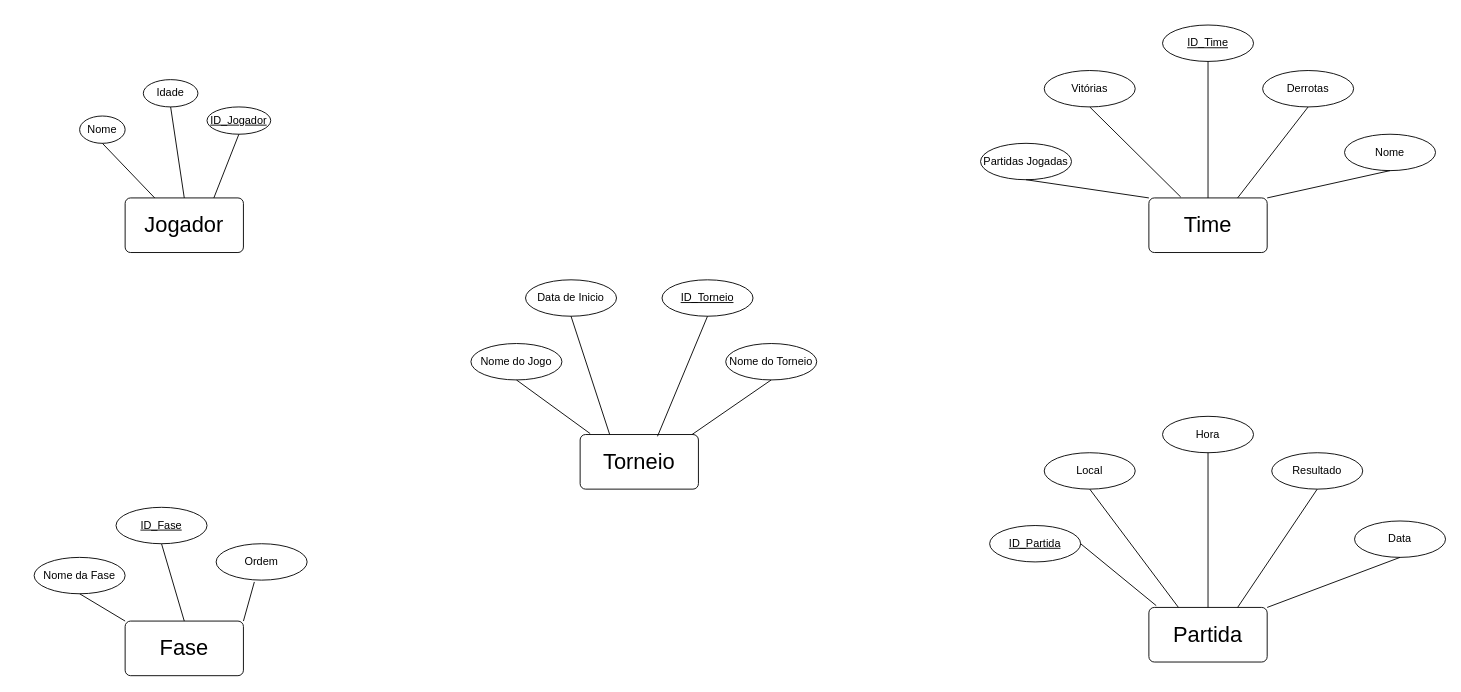
The draw.io diagram Projeto_Esports.drawio in Gabitil/Org-de-competi-es-esport, before the edit. Source tidied: cells renumbered, new cells numbered last; positions are measured from the earlier drawing's top-left corner, leaving out a move shared by most shapes. Both pictures are drawn from the tidied source at 91%, with x=0, y=0 at pixel (34, 25).
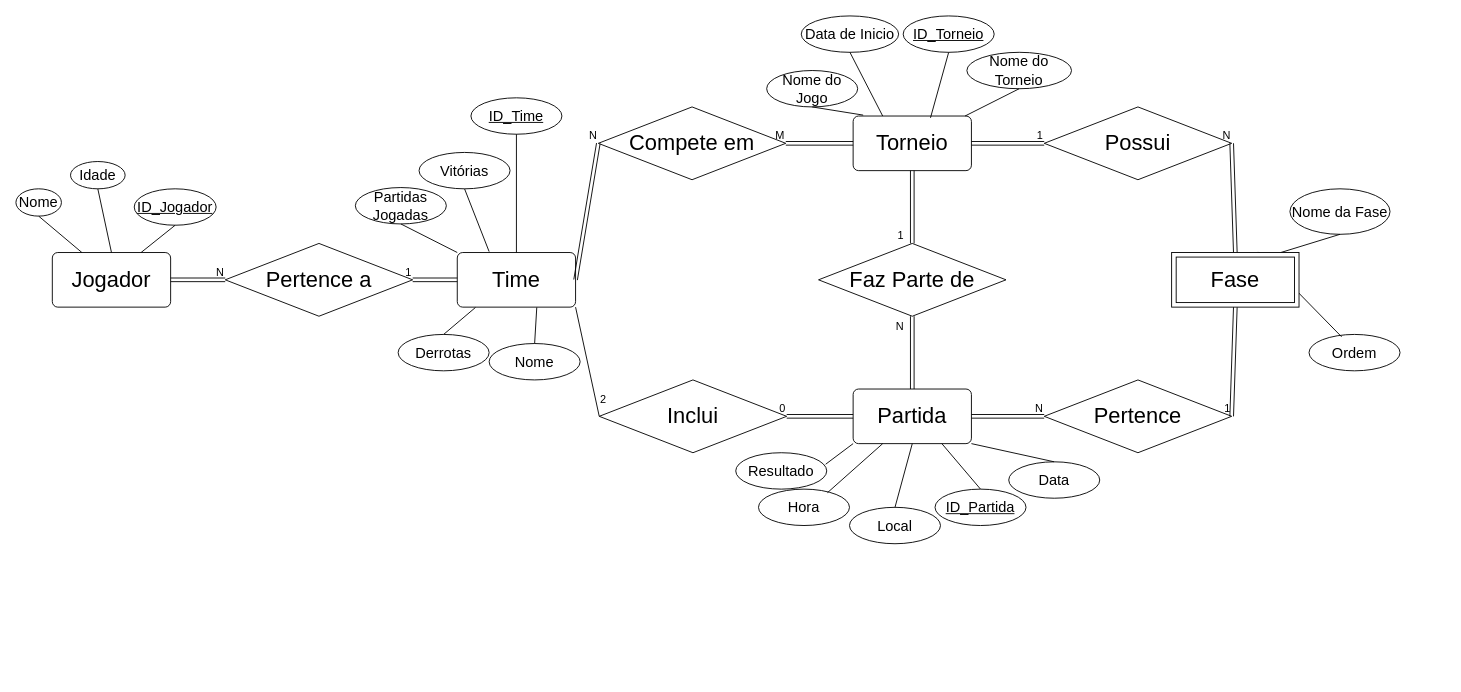
The same page after the edit.

Change to the diagram source:
```diff
@@
     <mxCell id="2" value="&lt;font style=&quot;font-size: 24px;&quot;&gt;Jogador&lt;/font&gt;" style="rounded=1;arcSize=10;whiteSpace=wrap;html=1;align=center;" parent="1" vertex="1">
-      <mxGeometry x="100" y="190" width="130" height="60" as="geometry" />
+      <mxGeometry x="20" y="250" width="130" height="60" as="geometry" />
     </mxCell>
     <mxCell id="3" value="&lt;font style=&quot;font-size: 24px;&quot;&gt;Partida&lt;/font&gt;" style="rounded=1;arcSize=10;whiteSpace=wrap;html=1;align=center;" parent="1" vertex="1">
-      <mxGeometry x="1225" y="640" width="130" height="60" as="geometry" />
+      <mxGeometry x="900" y="400" width="130" height="60" as="geometry" />
     </mxCell>
     <mxCell id="4" value="&lt;font style=&quot;font-size: 24px;&quot;&gt;Torneio&lt;/font&gt;" style="rounded=1;arcSize=10;whiteSpace=wrap;html=1;align=center;" parent="1" vertex="1">
-      <mxGeometry x="600" y="450" width="130" height="60" as="geometry" />
+      <mxGeometry x="900" y="100" width="130" height="60" as="geometry" />
     </mxCell>
     <mxCell id="5" value="&lt;font style=&quot;font-size: 24px;&quot;&gt;Time&lt;/font&gt;" style="rounded=1;arcSize=10;whiteSpace=wrap;html=1;align=center;" parent="1" vertex="1">
-      <mxGeometry x="1225" y="190" width="130" height="60" as="geometry" />
+      <mxGeometry x="465" y="250" width="130" height="60" as="geometry" />
     </mxCell>
-    <mxCell id="6" value="&lt;font style=&quot;font-size: 24px;&quot;&gt;Fase&lt;/font&gt;" style="rounded=1;arcSize=10;whiteSpace=wrap;html=1;align=center;" parent="1" vertex="1">
-      <mxGeometry x="100" y="655" width="130" height="60" as="geometry" />
-    </mxCell>
@@
-    <mxCell id="8" value="Nome" style="ellipse;whiteSpace=wrap;html=1;align=center;" parent="1" vertex="1">
-      <mxGeometry x="50" y="100" width="50" height="30" as="geometry" />
+    <mxCell id="8" value="&lt;font style=&quot;font-size: 16px;&quot;&gt;Nome&lt;/font&gt;" style="ellipse;whiteSpace=wrap;html=1;align=center;" parent="1" vertex="1">
+      <mxGeometry x="-20" y="180" width="50" height="30" as="geometry" />
     </mxCell>
-    <mxCell id="9" value="Idade" style="ellipse;whiteSpace=wrap;html=1;align=center;" parent="1" vertex="1">
-      <mxGeometry x="120" y="60" width="60" height="30" as="geometry" />
+    <mxCell id="9" value="&lt;font style=&quot;font-size: 16px;&quot;&gt;Idade&lt;/font&gt;" style="ellipse;whiteSpace=wrap;html=1;align=center;" parent="1" vertex="1">
+      <mxGeometry x="40" y="150" width="60" height="30" as="geometry" />
     </mxCell>
-    <mxCell id="10" value="ID_Jogador" style="ellipse;whiteSpace=wrap;html=1;align=center;fontStyle=4;" parent="1" vertex="1">
-      <mxGeometry x="190" y="90" width="70" height="30" as="geometry" />
+    <mxCell id="10" value="&lt;font style=&quot;font-size: 16px;&quot;&gt;ID_Jogador&lt;/font&gt;" style="ellipse;whiteSpace=wrap;html=1;align=center;fontStyle=4;" parent="1" vertex="1">
+      <mxGeometry x="110" y="180" width="90" height="40" as="geometry" />
     </mxCell>
@@
-    <mxCell id="14" value="ID_Time" style="ellipse;whiteSpace=wrap;html=1;align=center;fontStyle=4;" parent="1" vertex="1">
-      <mxGeometry x="1240" width="100" height="40" as="geometry" />
+    <mxCell id="14" value="&lt;font style=&quot;font-size: 16px;&quot;&gt;ID_Time&lt;/font&gt;" style="ellipse;whiteSpace=wrap;html=1;align=center;fontStyle=4;" parent="1" vertex="1">
+      <mxGeometry x="480" y="80" width="100" height="40" as="geometry" />
     </mxCell>
-    <mxCell id="15" value="Vitórias" style="ellipse;whiteSpace=wrap;html=1;align=center;" parent="1" vertex="1">
-      <mxGeometry x="1110" y="50" width="100" height="40" as="geometry" />
+    <mxCell id="15" value="&lt;font style=&quot;font-size: 16px;&quot;&gt;Vitórias&lt;/font&gt;" style="ellipse;whiteSpace=wrap;html=1;align=center;" parent="1" vertex="1">
+      <mxGeometry x="423" y="140" width="100" height="40" as="geometry" />
     </mxCell>
-    <mxCell id="16" value="Derrotas" style="ellipse;whiteSpace=wrap;html=1;align=center;" parent="1" vertex="1">
-      <mxGeometry x="1350" y="50" width="100" height="40" as="geometry" />
+    <mxCell id="16" value="&lt;font style=&quot;font-size: 16px;&quot;&gt;Derrotas&lt;/font&gt;" style="ellipse;whiteSpace=wrap;html=1;align=center;" parent="1" vertex="1">
+      <mxGeometry x="400" y="340" width="100" height="40" as="geometry" />
     </mxCell>
-    <mxCell id="17" value="Partidas Jogadas" style="ellipse;whiteSpace=wrap;html=1;align=center;" parent="1" vertex="1">
-      <mxGeometry x="1040" y="130" width="100" height="40" as="geometry" />
+    <mxCell id="17" value="&lt;font style=&quot;font-size: 16px;&quot;&gt;Partidas Jogadas&lt;/font&gt;" style="ellipse;whiteSpace=wrap;html=1;align=center;" parent="1" vertex="1">
+      <mxGeometry x="353" y="178.6" width="100" height="40" as="geometry" />
     </mxCell>
-    <mxCell id="18" value="Nome" style="ellipse;whiteSpace=wrap;html=1;align=center;" parent="1" vertex="1">
-      <mxGeometry x="1440" y="120" width="100" height="40" as="geometry" />
+    <mxCell id="18" value="&lt;font style=&quot;font-size: 16px;&quot;&gt;Nome&lt;/font&gt;" style="ellipse;whiteSpace=wrap;html=1;align=center;" parent="1" vertex="1">
+      <mxGeometry x="500" y="350" width="100" height="40" as="geometry" />
     </mxCell>
-    <mxCell id="19" value="Nome do Jogo" style="ellipse;whiteSpace=wrap;html=1;align=center;" parent="1" vertex="1">
-      <mxGeometry x="480" y="350" width="100" height="40" as="geometry" />
+    <mxCell id="19" value="&lt;font style=&quot;font-size: 16px;&quot;&gt;Nome do Jogo&lt;/font&gt;" style="ellipse;whiteSpace=wrap;html=1;align=center;" parent="1" vertex="1">
+      <mxGeometry x="805" y="50" width="100" height="40" as="geometry" />
     </mxCell>
-    <mxCell id="20" value="Nome do Torneio" style="ellipse;whiteSpace=wrap;html=1;align=center;" parent="1" vertex="1">
-      <mxGeometry x="760" y="350" width="100" height="40" as="geometry" />
+    <mxCell id="20" value="&lt;font style=&quot;font-size: 16px;&quot;&gt;Nome do Torneio&lt;/font&gt;" style="ellipse;whiteSpace=wrap;html=1;align=center;" parent="1" vertex="1">
+      <mxGeometry x="1025" y="30" width="115" height="40" as="geometry" />
     </mxCell>
-    <mxCell id="21" value="Data de Inicio" style="ellipse;whiteSpace=wrap;html=1;align=center;" parent="1" vertex="1">
-      <mxGeometry x="540" y="280" width="100" height="40" as="geometry" />
+    <mxCell id="21" value="&lt;font style=&quot;font-size: 16px;&quot;&gt;Data de Inicio&lt;/font&gt;" style="ellipse;whiteSpace=wrap;html=1;align=center;" parent="1" vertex="1">
+      <mxGeometry x="843" y="-10" width="107" height="40" as="geometry" />
     </mxCell>
-    <mxCell id="22" value="ID_Torneio" style="ellipse;whiteSpace=wrap;html=1;align=center;fontStyle=4;" parent="1" vertex="1">
-      <mxGeometry x="690" y="280" width="100" height="40" as="geometry" />
+    <mxCell id="22" value="&lt;font style=&quot;font-size: 16px;&quot;&gt;ID_Torneio&lt;/font&gt;" style="ellipse;whiteSpace=wrap;html=1;align=center;fontStyle=4;" parent="1" vertex="1">
+      <mxGeometry x="955" y="-10" width="100" height="40" as="geometry" />
     </mxCell>
-    <mxCell id="23" value="Nome da Fase" style="ellipse;whiteSpace=wrap;html=1;align=center;" parent="1" vertex="1">
-      <mxGeometry y="585" width="100" height="40" as="geometry" />
+    <mxCell id="23" value="&lt;font style=&quot;font-size: 16px;&quot;&gt;Nome da Fase&lt;/font&gt;" style="ellipse;whiteSpace=wrap;html=1;align=center;" parent="1" vertex="1">
+      <mxGeometry x="1380" y="180" width="110" height="50" as="geometry" />
     </mxCell>
-    <mxCell id="24" value="Ordem" style="ellipse;whiteSpace=wrap;html=1;align=center;" parent="1" vertex="1">
-      <mxGeometry x="200" y="570" width="100" height="40" as="geometry" />
+    <mxCell id="24" value="&lt;font style=&quot;font-size: 16px;&quot;&gt;Ordem&lt;/font&gt;" style="ellipse;whiteSpace=wrap;html=1;align=center;" parent="1" vertex="1">
+      <mxGeometry x="1401" y="340" width="100" height="40" as="geometry" />
     </mxCell>
-    <mxCell id="25" value="ID_Fase" style="ellipse;whiteSpace=wrap;html=1;align=center;fontStyle=4;" parent="1" vertex="1">
-      <mxGeometry x="90" y="530" width="100" height="40" as="geometry" />
-    </mxCell>
-    <mxCell id="26" value="ID_Partida" style="ellipse;whiteSpace=wrap;html=1;align=center;fontStyle=4;" parent="1" vertex="1">
-      <mxGeometry x="1050" y="550" width="100" height="40" as="geometry" />
+    <mxCell id="26" value="&lt;font style=&quot;font-size: 16px;&quot;&gt;ID_Partida&lt;/font&gt;" style="ellipse;whiteSpace=wrap;html=1;align=center;fontStyle=4;" parent="1" vertex="1">
+      <mxGeometry x="990" y="510" width="100" height="40" as="geometry" />
     </mxCell>
-    <mxCell id="27" value="Local" style="ellipse;whiteSpace=wrap;html=1;align=center;" parent="1" vertex="1">
-      <mxGeometry x="1110" y="470" width="100" height="40" as="geometry" />
+    <mxCell id="27" value="&lt;font style=&quot;font-size: 16px;&quot;&gt;Local&lt;/font&gt;" style="ellipse;whiteSpace=wrap;html=1;align=center;" parent="1" vertex="1">
+      <mxGeometry x="896" y="530" width="100" height="40" as="geometry" />
     </mxCell>
-    <mxCell id="28" value="Data" style="ellipse;whiteSpace=wrap;html=1;align=center;" parent="1" vertex="1">
-      <mxGeometry x="1451" y="545" width="100" height="40" as="geometry" />
+    <mxCell id="28" value="&lt;font style=&quot;font-size: 16px;&quot;&gt;Data&lt;/font&gt;" style="ellipse;whiteSpace=wrap;html=1;align=center;" parent="1" vertex="1">
+      <mxGeometry x="1071" y="480" width="100" height="40" as="geometry" />
     </mxCell>
-    <mxCell id="29" value="Hora" style="ellipse;whiteSpace=wrap;html=1;align=center;" parent="1" vertex="1">
-      <mxGeometry x="1240" y="430" width="100" height="40" as="geometry" />
+    <mxCell id="29" value="&lt;font style=&quot;font-size: 16px;&quot;&gt;Hora&lt;/font&gt;" style="ellipse;whiteSpace=wrap;html=1;align=center;" parent="1" vertex="1">
+      <mxGeometry x="796" y="510" width="100" height="40" as="geometry" />
     </mxCell>
-    <mxCell id="30" value="Resultado" style="ellipse;whiteSpace=wrap;html=1;align=center;" parent="1" vertex="1">
-      <mxGeometry x="1360" y="470" width="100" height="40" as="geometry" />
+    <mxCell id="30" value="&lt;font style=&quot;font-size: 16px;&quot;&gt;Resultado&lt;/font&gt;" style="ellipse;whiteSpace=wrap;html=1;align=center;" parent="1" vertex="1">
+      <mxGeometry x="771" y="470" width="100" height="40" as="geometry" />
     </mxCell>
-    <mxCell id="31" style="endArrow=none;html=1;rounded=0;exitX=0.5;exitY=1;exitDx=0;exitDy=0;entryX=0;entryY=0;entryDx=0;entryDy=0;" parent="1" edge="1" source="23" target="6">
+    <mxCell id="31" style="endArrow=none;html=1;rounded=0;entryX=0.857;entryY=0;entryDx=0;entryDy=0;exitX=0.5;exitY=1;exitDx=0;exitDy=0;entryPerimeter=0;" parent="1" edge="1" source="23" target="6">
       <mxGeometry relative="1" as="geometry" />
     </mxCell>
-    <mxCell id="32" style="endArrow=none;html=1;rounded=0;exitX=0.5;exitY=1;exitDx=0;exitDy=0;entryX=0.5;entryY=0;entryDx=0;entryDy=0;" parent="1" edge="1" source="25" target="6">
-      <mxGeometry relative="1" as="geometry" />
-    </mxCell>
-    <mxCell id="33" style="endArrow=none;html=1;rounded=0;entryX=0.42;entryY=1.05;entryDx=0;entryDy=0;entryPerimeter=0;exitX=1;exitY=0;exitDx=0;exitDy=0;" parent="1" edge="1" source="6" target="24">
+    <mxCell id="33" style="endArrow=none;html=1;rounded=0;entryX=0.358;entryY=0.066;entryDx=0;entryDy=0;entryPerimeter=0;exitX=0.682;exitY=-0.011;exitDx=0;exitDy=0;exitPerimeter=0;" parent="1" edge="1" source="6" target="24">
       <mxGeometry relative="1" as="geometry" />
     </mxCell>
@@
-    <mxCell id="38" style="endArrow=none;html=1;rounded=0;exitX=1;exitY=0.5;exitDx=0;exitDy=0;entryX=0.062;entryY=-0.033;entryDx=0;entryDy=0;entryPerimeter=0;" parent="1" edge="1" source="26" target="3">
+    <mxCell id="38" style="endArrow=none;html=1;rounded=0;exitX=0.5;exitY=0;exitDx=0;exitDy=0;entryX=0.75;entryY=1;entryDx=0;entryDy=0;" parent="1" edge="1" source="26" target="3">
       <mxGeometry relative="1" as="geometry" />
     </mxCell>
-    <mxCell id="39" style="endArrow=none;html=1;rounded=0;exitX=0.5;exitY=1;exitDx=0;exitDy=0;entryX=0.25;entryY=0;entryDx=0;entryDy=0;" parent="1" edge="1" source="27" target="3">
+    <mxCell id="39" style="endArrow=none;html=1;rounded=0;exitX=0.5;exitY=0;exitDx=0;exitDy=0;entryX=0.5;entryY=1;entryDx=0;entryDy=0;" parent="1" edge="1" source="27" target="3">
       <mxGeometry relative="1" as="geometry" />
     </mxCell>
-    <mxCell id="40" style="endArrow=none;html=1;rounded=0;exitX=0.5;exitY=1;exitDx=0;exitDy=0;entryX=0.5;entryY=0;entryDx=0;entryDy=0;" parent="1" edge="1" source="29" target="3">
+    <mxCell id="40" style="endArrow=none;html=1;rounded=0;exitX=0.758;exitY=0.098;exitDx=0;exitDy=0;entryX=0.25;entryY=1;entryDx=0;entryDy=0;exitPerimeter=0;" parent="1" edge="1" source="29" target="3">
       <mxGeometry relative="1" as="geometry" />
     </mxCell>
-    <mxCell id="41" style="endArrow=none;html=1;rounded=0;entryX=0.5;entryY=1;entryDx=0;entryDy=0;exitX=0.75;exitY=0;exitDx=0;exitDy=0;" parent="1" edge="1" source="3" target="30">
+    <mxCell id="41" style="endArrow=none;html=1;rounded=0;entryX=0.988;entryY=0.317;entryDx=0;entryDy=0;exitX=0;exitY=1;exitDx=0;exitDy=0;entryPerimeter=0;" parent="1" edge="1" source="3" target="30">
       <mxGeometry relative="1" as="geometry" />
     </mxCell>
-    <mxCell id="42" style="endArrow=none;html=1;rounded=0;entryX=0.5;entryY=1;entryDx=0;entryDy=0;exitX=1;exitY=0;exitDx=0;exitDy=0;" parent="1" edge="1" source="3" target="28">
+    <mxCell id="42" style="endArrow=none;html=1;rounded=0;entryX=0.5;entryY=0;entryDx=0;entryDy=0;exitX=1;exitY=1;exitDx=0;exitDy=0;" parent="1" edge="1" source="3" target="28">
       <mxGeometry relative="1" as="geometry" />
     </mxCell>
@@
     <mxCell id="44" style="endArrow=none;html=1;rounded=0;exitX=0.5;exitY=1;exitDx=0;exitDy=0;" parent="1" edge="1" source="15">
       <mxGeometry relative="1" as="geometry">
-        <mxPoint x="1260" y="189" as="targetPoint" />
+        <mxPoint x="500" y="249" as="targetPoint" />
       </mxGeometry>
     </mxCell>
@@
-    <mxCell id="46" style="endArrow=none;html=1;rounded=0;entryX=0.5;entryY=1;entryDx=0;entryDy=0;exitX=0.75;exitY=0;exitDx=0;exitDy=0;" parent="1" edge="1" source="5" target="16">
+    <mxCell id="46" style="endArrow=none;html=1;rounded=0;entryX=0.5;entryY=0;entryDx=0;entryDy=0;exitX=0.154;exitY=1.006;exitDx=0;exitDy=0;exitPerimeter=0;" parent="1" edge="1" source="5" target="16">
       <mxGeometry relative="1" as="geometry" />
     </mxCell>
-    <mxCell id="47" style="endArrow=none;html=1;rounded=0;entryX=0.5;entryY=1;entryDx=0;entryDy=0;exitX=1;exitY=0;exitDx=0;exitDy=0;" parent="1" edge="1" source="5" target="18">
+    <mxCell id="47" style="endArrow=none;html=1;rounded=0;exitX=0.672;exitY=1.006;exitDx=0;exitDy=0;exitPerimeter=0;entryX=0.5;entryY=0;entryDx=0;entryDy=0;" parent="1" edge="1" source="5" target="18">
       <mxGeometry relative="1" as="geometry" />
     </mxCell>
+    <mxCell id="48" value="&lt;font style=&quot;font-size: 24px;&quot;&gt;Pertence a&lt;/font&gt;" style="shape=rhombus;perimeter=rhombusPerimeter;whiteSpace=wrap;html=1;align=center;" parent="1" vertex="1">
+      <mxGeometry x="210" y="240" width="206" height="80" as="geometry" />
+    </mxCell>
+    <mxCell id="49" value="&lt;font style=&quot;font-size: 24px;&quot;&gt;Compete em&lt;br&gt;&lt;/font&gt;" style="shape=rhombus;perimeter=rhombusPerimeter;whiteSpace=wrap;html=1;align=center;rotation=0;" parent="1" vertex="1">
+      <mxGeometry x="620" y="90" width="206" height="80" as="geometry" />
+    </mxCell>
+    <mxCell id="50" value="&lt;font style=&quot;font-size: 24px;&quot;&gt;Possui&lt;br&gt;&lt;/font&gt;" style="shape=rhombus;perimeter=rhombusPerimeter;whiteSpace=wrap;html=1;align=center;" parent="1" vertex="1">
+      <mxGeometry x="1110" y="90" width="206" height="80" as="geometry" />
+    </mxCell>
+    <mxCell id="51" value="&lt;font style=&quot;font-size: 24px;&quot;&gt;Pertence&lt;/font&gt;" style="shape=rhombus;perimeter=rhombusPerimeter;whiteSpace=wrap;html=1;align=center;" parent="1" vertex="1">
+      <mxGeometry x="1110" y="390" width="206" height="80" as="geometry" />
+    </mxCell>
+    <mxCell id="52" value="&lt;font style=&quot;font-size: 24px;&quot;&gt;Faz Parte de &lt;br&gt;&lt;/font&gt;" style="shape=rhombus;perimeter=rhombusPerimeter;whiteSpace=wrap;html=1;align=center;" parent="1" vertex="1">
+      <mxGeometry x="862" y="240" width="206" height="80" as="geometry" />
+    </mxCell>
+    <mxCell id="53" value="&lt;font style=&quot;font-size: 24px;&quot;&gt;Inclui&lt;/font&gt;" style="shape=rhombus;perimeter=rhombusPerimeter;whiteSpace=wrap;html=1;align=center;" parent="1" vertex="1">
+      <mxGeometry x="621" y="390" width="206" height="80" as="geometry" />
+    </mxCell>
+    <mxCell id="54" style="shape=link;html=1;rounded=0;exitX=1;exitY=0.5;exitDx=0;exitDy=0;entryX=0;entryY=0.5;entryDx=0;entryDy=0;" parent="1" edge="1" source="5" target="49">
+      <mxGeometry relative="1" as="geometry" />
+    </mxCell>
+    <mxCell id="55" value="N" style="html=1;whiteSpace=wrap;align=right;verticalAlign=bottom;" parent="54" vertex="1">
+      <mxGeometry x="1" relative="1" as="geometry" />
+    </mxCell>
+    <mxCell id="56" style="shape=link;html=1;rounded=0;entryX=1;entryY=0.5;entryDx=0;entryDy=0;exitX=0;exitY=0.5;exitDx=0;exitDy=0;" parent="1" edge="1" source="4" target="49">
+      <mxGeometry relative="1" as="geometry" />
+    </mxCell>
+    <mxCell id="57" value="M" style="html=1;whiteSpace=wrap;align=right;verticalAlign=bottom;" parent="56" vertex="1">
+      <mxGeometry x="1" relative="1" as="geometry" />
+    </mxCell>
+    <mxCell id="58" style="shape=link;html=1;rounded=0;exitX=1;exitY=0.5;exitDx=0;exitDy=0;entryX=0;entryY=0.5;entryDx=0;entryDy=0;" parent="1" edge="1" source="4" target="50">
+      <mxGeometry relative="1" as="geometry" />
+    </mxCell>
+    <mxCell id="59" value="1" style="html=1;whiteSpace=wrap;align=right;verticalAlign=bottom;" parent="58" vertex="1">
+      <mxGeometry x="1" relative="1" as="geometry" />
+    </mxCell>
+    <mxCell id="60" style="shape=link;html=1;rounded=0;entryX=1;entryY=0.5;entryDx=0;entryDy=0;exitX=0.5;exitY=0;exitDx=0;exitDy=0;" parent="1" edge="1" source="6" target="50">
+      <mxGeometry relative="1" as="geometry" />
+    </mxCell>
+    <mxCell id="61" value="N" style="html=1;whiteSpace=wrap;align=right;verticalAlign=bottom;" parent="60" vertex="1">
+      <mxGeometry x="1" relative="1" as="geometry" />
+    </mxCell>
+    <mxCell id="62" style="shape=link;html=1;rounded=0;entryX=1;entryY=0.5;entryDx=0;entryDy=0;exitX=0.5;exitY=1;exitDx=0;exitDy=0;" parent="1" edge="1" source="6" target="51">
+      <mxGeometry relative="1" as="geometry" />
+    </mxCell>
+    <mxCell id="63" value="1" style="html=1;whiteSpace=wrap;align=right;verticalAlign=bottom;" parent="62" vertex="1">
+      <mxGeometry x="1" relative="1" as="geometry" />
+    </mxCell>
+    <mxCell id="6" value="&lt;font style=&quot;font-size: 24px;&quot;&gt;Fase&lt;/font&gt;" style="shape=ext;margin=3;double=1;whiteSpace=wrap;html=1;align=center;" parent="1" vertex="1">
+      <mxGeometry x="1250" y="250" width="140" height="60" as="geometry" />
+    </mxCell>
+    <mxCell id="64" style="shape=link;html=1;rounded=0;exitX=1;exitY=0.5;exitDx=0;exitDy=0;entryX=0;entryY=0.5;entryDx=0;entryDy=0;" parent="1" edge="1" source="3" target="51">
+      <mxGeometry relative="1" as="geometry" />
+    </mxCell>
+    <mxCell id="65" value="N" style="html=1;whiteSpace=wrap;align=right;verticalAlign=bottom;" parent="64" vertex="1">
+      <mxGeometry x="1" relative="1" as="geometry" />
+    </mxCell>
+    <mxCell id="66" style="shape=link;html=1;rounded=0;entryX=0.5;entryY=1;entryDx=0;entryDy=0;exitX=0.5;exitY=0;exitDx=0;exitDy=0;" parent="1" edge="1" source="3" target="52">
+      <mxGeometry relative="1" as="geometry" />
+    </mxCell>
+    <mxCell id="67" value="N" style="html=1;whiteSpace=wrap;align=right;verticalAlign=bottom;" parent="66" vertex="1">
+      <mxGeometry x="1" relative="1" as="geometry">
+        <mxPoint x="-8" y="20" as="offset" />
+      </mxGeometry>
+    </mxCell>
+    <mxCell id="68" style="shape=link;html=1;rounded=0;entryX=0.5;entryY=0;entryDx=0;entryDy=0;exitX=0.5;exitY=1;exitDx=0;exitDy=0;" parent="1" edge="1" source="4" target="52">
+      <mxGeometry relative="1" as="geometry" />
+    </mxCell>
+    <mxCell id="69" value="1" style="html=1;whiteSpace=wrap;align=right;verticalAlign=bottom;" parent="68" vertex="1">
+      <mxGeometry x="1" relative="1" as="geometry">
+        <mxPoint x="-8" as="offset" />
+      </mxGeometry>
+    </mxCell>
+    <mxCell id="70" style="shape=link;html=1;rounded=0;entryX=1;entryY=0.5;entryDx=0;entryDy=0;exitX=0;exitY=0.5;exitDx=0;exitDy=0;" parent="1" edge="1" source="3" target="53">
+      <mxGeometry relative="1" as="geometry" />
+    </mxCell>
+    <mxCell id="71" value="0" style="html=1;whiteSpace=wrap;align=right;verticalAlign=bottom;" parent="70" vertex="1">
+      <mxGeometry x="1" relative="1" as="geometry" />
+    </mxCell>
+    <mxCell id="72" style="endArrow=none;html=1;rounded=0;exitX=1;exitY=1;exitDx=0;exitDy=0;entryX=0;entryY=0.5;entryDx=0;entryDy=0;" parent="1" edge="1" source="5" target="53">
+      <mxGeometry relative="1" as="geometry" />
+    </mxCell>
+    <mxCell id="73" value="2" style="html=1;whiteSpace=wrap;align=right;verticalAlign=bottom;" parent="72" vertex="1">
+      <mxGeometry x="1" relative="1" as="geometry">
+        <mxPoint x="9" y="-10" as="offset" />
+      </mxGeometry>
+    </mxCell>
+    <mxCell id="74" style="shape=link;html=1;rounded=0;entryX=1;entryY=0.5;entryDx=0;entryDy=0;exitX=0;exitY=0.5;exitDx=0;exitDy=0;" parent="1" edge="1" source="5" target="48">
+      <mxGeometry relative="1" as="geometry" />
+    </mxCell>
+    <mxCell id="75" value="1" style="html=1;whiteSpace=wrap;align=right;verticalAlign=bottom;" parent="74" vertex="1">
+      <mxGeometry x="1" relative="1" as="geometry" />
+    </mxCell>
+    <mxCell id="76" style="shape=link;html=1;rounded=0;exitX=1;exitY=0.5;exitDx=0;exitDy=0;entryX=0;entryY=0.5;entryDx=0;entryDy=0;" parent="1" edge="1" source="2" target="48">
+      <mxGeometry relative="1" as="geometry" />
+    </mxCell>
+    <mxCell id="77" value="N" style="html=1;whiteSpace=wrap;align=right;verticalAlign=bottom;" parent="76" vertex="1">
+      <mxGeometry x="1" relative="1" as="geometry" />
+    </mxCell>
```
